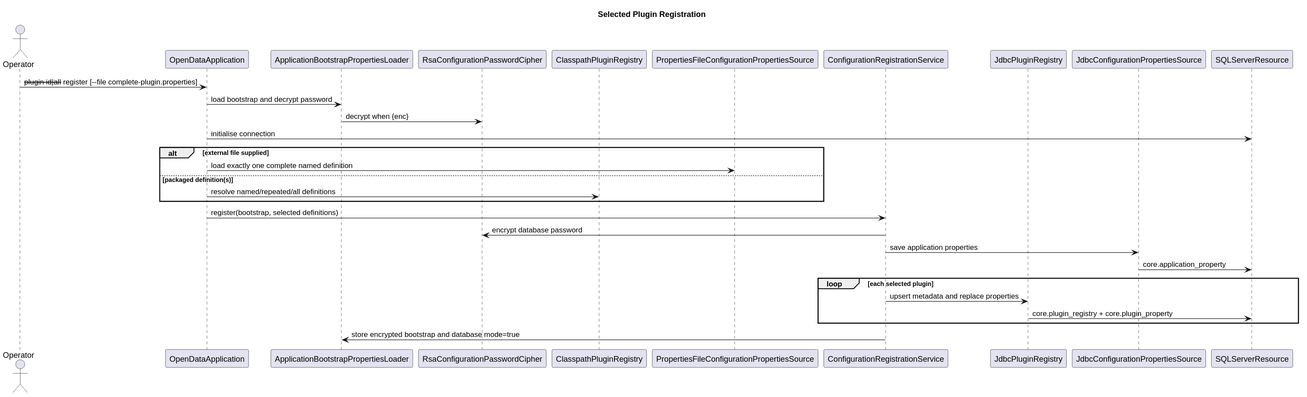
The PlantUML diagram docs/diagrams/generated/configuration-registration-sequence.svg in TerryCurranZellis/OpenData, before a commit. The source it was exported from:
```plantuml
@startuml
title Selected Plugin Registration
actor Operator
participant OpenDataApplication as Application
participant ApplicationBootstrapPropertiesLoader as Bootstrap
participant RsaConfigurationPasswordCipher as Cipher
participant ClasspathPluginRegistry as Catalogue
participant PropertiesFileConfigurationPropertiesSource as ExternalFile
participant ConfigurationRegistrationService as Register
participant JdbcPluginRegistry as Registry
participant JdbcConfigurationPropertiesSource as Properties
participant SQLServerResource as SQL

Operator -> Application : --plugin id|all --register [--file complete-plugin.properties]
Application -> Bootstrap : load bootstrap and decrypt password
Bootstrap -> Cipher : decrypt when {enc}
Application -> SQL : initialise connection
alt external file supplied
  Application -> ExternalFile : load exactly one complete named definition
else packaged definition(s)
  Application -> Catalogue : resolve named/repeated/all definitions
end
Application -> Register : register(bootstrap, selected definitions)
Register -> Cipher : encrypt database password
Register -> Properties : save application properties
Properties -> SQL : core.application_property
loop each selected plugin
  Register -> Registry : upsert metadata and replace properties
  Registry -> SQL : core.plugin_registry + core.plugin_property
end
Register -> Bootstrap : store encrypted bootstrap and database mode=true
@enduml
```
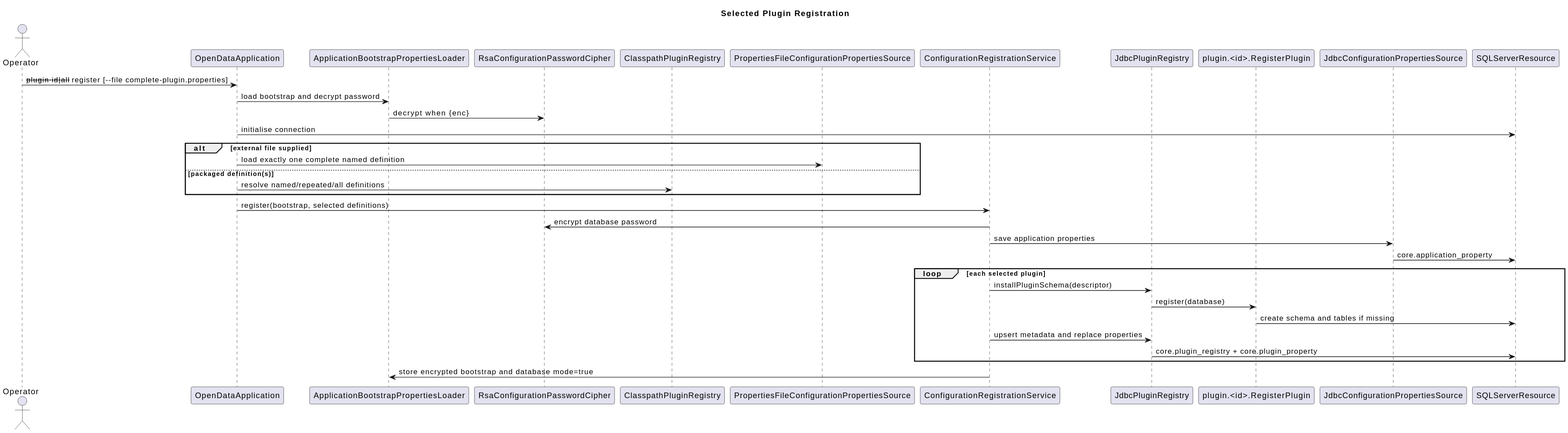
Later version of the same file.

The edit, as a diff of the source:
```diff
@@ -8,6 +8,7 @@
 participant PropertiesFileConfigurationPropertiesSource as ExternalFile
 participant ConfigurationRegistrationService as Register
 participant JdbcPluginRegistry as Registry
+participant "plugin.<id>.RegisterPlugin" as RegisterPlugin
 participant JdbcConfigurationPropertiesSource as Properties
 participant SQLServerResource as SQL
 
@@ -25,6 +26,9 @@
 Register -> Properties : save application properties
 Properties -> SQL : core.application_property
 loop each selected plugin
+  Register -> Registry : installPluginSchema(descriptor)
+  Registry -> RegisterPlugin : register(database)
+  RegisterPlugin -> SQL : create schema and tables if missing
   Register -> Registry : upsert metadata and replace properties
   Registry -> SQL : core.plugin_registry + core.plugin_property
 end
```
